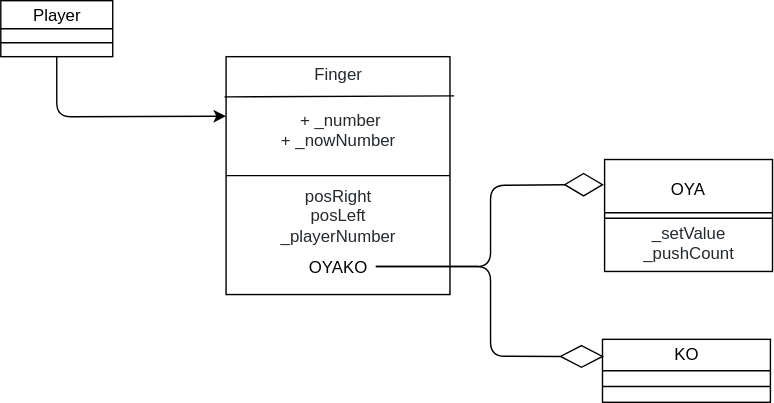
netWork2019WinterMan/netWork2019WinterMan keeps this draw.io diagram as メインクラス図.drawio のコピー.svg. Above is the earlier version. Source tidied: cells renumbered, new cells last; positions are measured from the earlier drawing's top-left corner, leaving out a move shared by most shapes.
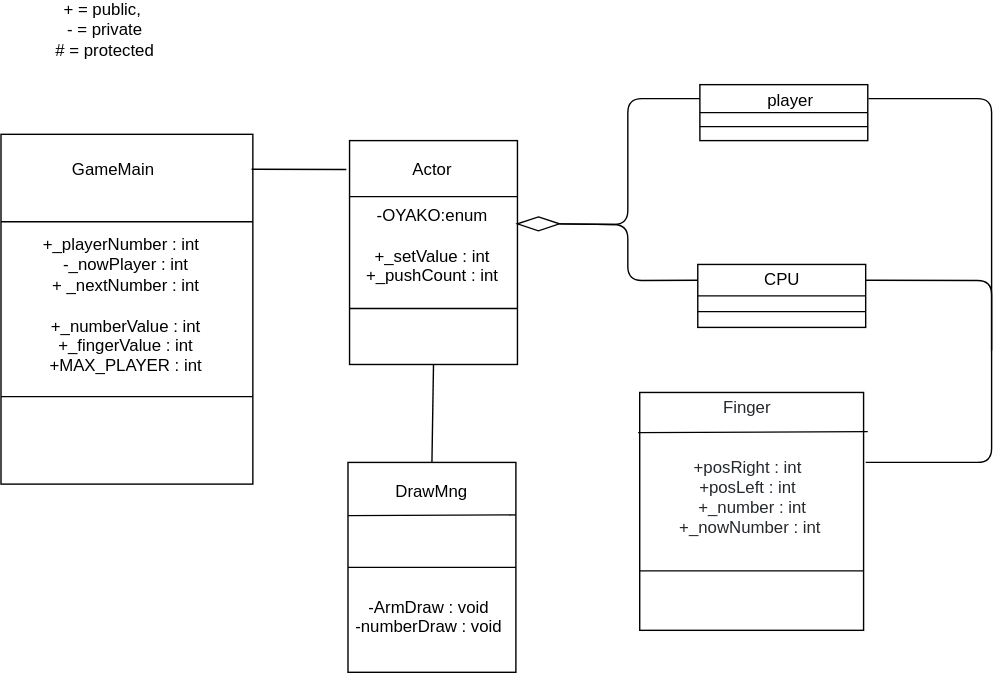
The same diagram one commit later.

Commit message:
Update メインクラス図.drawio のコピー.svg

Diff of the diagram source:
```diff
@@ -3,95 +3,138 @@
     <mxCell id="0" />
     <mxCell id="1" parent="0" />
     <mxCell id="2" style="rounded=0;whiteSpace=wrap;html=1;" parent="1" vertex="1">
-      <mxGeometry x="161" y="40" width="160" height="170" as="geometry" />
+      <mxGeometry x="388.5" y="333.5" width="160" height="170" as="geometry" />
     </mxCell>
     <mxCell id="3" value="&lt;span style=&quot;color: rgb(36 , 41 , 46) ; font-family: , &amp;#34;consolas&amp;#34; , &amp;#34;liberation mono&amp;#34; , &amp;#34;menlo&amp;#34; , monospace ; white-space: pre ; background-color: rgb(255 , 255 , 255)&quot;&gt;Finger&lt;/span&gt;" style="text;html=1;strokeColor=none;fillColor=none;align=center;verticalAlign=middle;whiteSpace=wrap;rounded=0;" parent="1" vertex="1">
-      <mxGeometry x="176" y="41.5" width="130" height="20" as="geometry" />
+      <mxGeometry x="400" y="333.5" width="130" height="20" as="geometry" />
     </mxCell>
     <mxCell id="4" style="endArrow=none;html=1;exitX=-0.007;exitY=0.169;exitDx=0;exitDy=0;exitPerimeter=0;" parent="1" edge="1" source="2">
       <mxGeometry relative="1" as="geometry">
-        <mxPoint x="324" y="68" as="targetPoint" />
+        <mxPoint x="551.5" y="361.5" as="targetPoint" />
       </mxGeometry>
     </mxCell>
-    <mxCell id="5" value="&lt;span style=&quot;color: rgb(36 , 41 , 46) ; font-family: , &amp;#34;consolas&amp;#34; , &amp;#34;liberation mono&amp;#34; , &amp;#34;menlo&amp;#34; , monospace ; white-space: pre ; background-color: rgb(255 , 255 , 255)&quot;&gt;posRight&lt;br&gt;posLeft&lt;br&gt;&lt;/span&gt;&lt;span style=&quot;color: rgb(36 , 41 , 46) ; font-family: , &amp;#34;consolas&amp;#34; , &amp;#34;liberation mono&amp;#34; , &amp;#34;menlo&amp;#34; , monospace ; white-space: pre ; background-color: rgb(255 , 255 , 255)&quot;&gt;_playerNumber&lt;br&gt;&lt;/span&gt;" style="text;html=1;strokeColor=none;fillColor=none;align=center;verticalAlign=middle;whiteSpace=wrap;rounded=0;" parent="1" vertex="1">
-      <mxGeometry x="176" y="130" width="130" height="46.5" as="geometry" />
+    <mxCell id="5" value="&lt;span style=&quot;color: rgb(36 , 41 , 46) ; font-family: , &amp;#34;consolas&amp;#34; , &amp;#34;liberation mono&amp;#34; , &amp;#34;menlo&amp;#34; , monospace ; white-space: pre ; background-color: rgb(255 , 255 , 255)&quot;&gt;+posRight : int&lt;br&gt;+posLeft : int&lt;br&gt;&lt;/span&gt;&lt;span style=&quot;color: rgb(36 , 41 , 46) ; white-space: pre ; background-color: rgb(255 , 255 , 255)&quot;&gt;  +_number : int&lt;/span&gt;&lt;span style=&quot;color: rgb(36 , 41 , 46) ; white-space: pre ; background-color: rgb(255 , 255 , 255)&quot;&gt;&lt;br&gt; +_nowNumber : int&lt;/span&gt;&lt;span style=&quot;color: rgb(36 , 41 , 46) ; font-family: , &amp;#34;consolas&amp;#34; , &amp;#34;liberation mono&amp;#34; , &amp;#34;menlo&amp;#34; , monospace ; white-space: pre ; background-color: rgb(255 , 255 , 255)&quot;&gt;&lt;br&gt;&lt;/span&gt;" style="text;html=1;strokeColor=none;fillColor=none;align=center;verticalAlign=middle;whiteSpace=wrap;rounded=0;" parent="1" vertex="1">
+      <mxGeometry x="400" y="373.5" width="130" height="70" as="geometry" />
     </mxCell>
-    <mxCell id="6" style="endArrow=none;html=1;entryX=1;entryY=0.5;entryDx=0;entryDy=0;exitX=0;exitY=0.5;exitDx=0;exitDy=0;" parent="1" edge="1" source="2" target="2">
+    <mxCell id="6" style="endArrow=none;html=1;entryX=1;entryY=0.75;entryDx=0;entryDy=0;exitX=0;exitY=0.75;exitDx=0;exitDy=0;" parent="1" edge="1" source="2" target="2">
       <mxGeometry relative="1" as="geometry" />
     </mxCell>
     <mxCell id="7" style="rounded=0;whiteSpace=wrap;html=1;" parent="1" vertex="1">
-      <mxGeometry x="431.5" y="113.5" width="120" height="80" as="geometry" />
+      <mxGeometry x="431.5" y="113.5" width="120" height="40" as="geometry" />
     </mxCell>
-    <mxCell id="8" value="OYA" style="text;html=1;strokeColor=none;fillColor=none;align=center;verticalAlign=middle;whiteSpace=wrap;rounded=0;" parent="1" vertex="1">
-      <mxGeometry x="471.5" y="123.5" width="40" height="20" as="geometry" />
+    <mxCell id="8" value="player" style="text;html=1;strokeColor=none;fillColor=none;align=center;verticalAlign=middle;whiteSpace=wrap;rounded=0;" parent="1" vertex="1">
+      <mxGeometry x="471.5" y="123.5" width="50.5" as="geometry" />
     </mxCell>
-    <mxCell id="9" value="&lt;span style=&quot;color: rgb(36 , 41 , 46) ; font-family: , &amp;#34;consolas&amp;#34; , &amp;#34;liberation mono&amp;#34; , &amp;#34;menlo&amp;#34; , monospace ; white-space: pre ; background-color: rgb(255 , 255 , 255)&quot;&gt;_setValue&lt;br&gt;&lt;/span&gt;&lt;span style=&quot;color: rgb(36 , 41 , 46) ; font-family: , &amp;#34;consolas&amp;#34; , &amp;#34;liberation mono&amp;#34; , &amp;#34;menlo&amp;#34; , monospace ; white-space: pre ; background-color: rgb(255 , 255 , 255)&quot;&gt;_pushCount&lt;br&gt;&lt;/span&gt;" style="text;html=1;strokeColor=none;fillColor=none;align=center;verticalAlign=middle;whiteSpace=wrap;rounded=0;" parent="1" vertex="1">
-      <mxGeometry x="441.5" y="149" width="100" height="49" as="geometry" />
-    </mxCell>
     <mxCell id="10" style="rounded=0;whiteSpace=wrap;html=1;" parent="1" vertex="1">
       <mxGeometry x="430" y="242" width="120" height="45" as="geometry" />
     </mxCell>
-    <mxCell id="11" value="KO" style="text;html=1;strokeColor=none;fillColor=none;align=center;verticalAlign=middle;whiteSpace=wrap;rounded=0;" parent="1" vertex="1">
+    <mxCell id="11" value="CPU" style="text;html=1;strokeColor=none;fillColor=none;align=center;verticalAlign=middle;whiteSpace=wrap;rounded=0;" parent="1" vertex="1">
       <mxGeometry x="450" y="242" width="80" height="20" as="geometry" />
     </mxCell>
-    <mxCell id="12" value="&lt;span style=&quot;color: rgb(36 , 41 , 46) ; white-space: pre ; background-color: rgb(255 , 255 , 255)&quot;&gt; + _number&lt;/span&gt;&lt;span style=&quot;color: rgb(36 , 41 , 46) ; white-space: pre ; background-color: rgb(255 , 255 , 255)&quot;&gt;&lt;br&gt;+ _nowNumber&lt;/span&gt;" style="text;html=1;strokeColor=none;fillColor=none;align=center;verticalAlign=middle;whiteSpace=wrap;rounded=0;" parent="1" vertex="1">
-      <mxGeometry x="191" y="71.5" width="100" height="42" as="geometry" />
-    </mxCell>
-    <mxCell id="13" style="shape=link;html=1;entryX=1;entryY=0.5;entryDx=0;entryDy=0;exitX=0;exitY=0.5;exitDx=0;exitDy=0;" parent="1" edge="1" source="7" target="7">
-      <mxGeometry relative="1" as="geometry" />
-    </mxCell>
-    <mxCell id="14" style="rounded=0;whiteSpace=wrap;html=1;" parent="1" vertex="1">
-      <mxGeometry width="80" height="40" as="geometry" />
-    </mxCell>
-    <mxCell id="15" value="Player" style="text;html=1;strokeColor=none;fillColor=none;align=center;verticalAlign=middle;whiteSpace=wrap;rounded=0;" parent="1" vertex="1">
-      <mxGeometry x="20" width="40" height="20" as="geometry" />
-    </mxCell>
-    <mxCell id="16" style="endArrow=none;html=1;entryX=1;entryY=0.75;entryDx=0;entryDy=0;exitX=0;exitY=0.75;exitDx=0;exitDy=0;" parent="1" edge="1" source="14" target="14">
-      <mxGeometry relative="1" as="geometry" />
-    </mxCell>
-    <mxCell id="17" style="endArrow=none;html=1;entryX=1;entryY=0.5;entryDx=0;entryDy=0;exitX=0;exitY=0.5;exitDx=0;exitDy=0;" parent="1" edge="1" source="14" target="14">
-      <mxGeometry relative="1" as="geometry" />
-    </mxCell>
-    <mxCell id="18" style="endArrow=classic;html=1;entryX=0;entryY=0.25;entryDx=0;entryDy=0;exitX=0.5;exitY=1;exitDx=0;exitDy=0;" parent="1" edge="1" source="14" target="2">
-      <mxGeometry relative="1" as="geometry">
-        <Array as="points">
-          <mxPoint x="40" y="83" />
-        </Array>
-      </mxGeometry>
-    </mxCell>
     <mxCell id="19" style="endArrow=none;html=1;entryX=1;entryY=0.75;entryDx=0;entryDy=0;exitX=0;exitY=0.75;exitDx=0;exitDy=0;" parent="1" edge="1" source="10" target="10">
       <mxGeometry relative="1" as="geometry" />
     </mxCell>
     <mxCell id="20" style="endArrow=none;html=1;entryX=1;entryY=0.5;entryDx=0;entryDy=0;exitX=0;exitY=0.5;exitDx=0;exitDy=0;" parent="1" edge="1" source="10" target="10">
       <mxGeometry relative="1" as="geometry" />
     </mxCell>
-    <mxCell id="21" value="OYAKO" style="text;html=1;strokeColor=none;fillColor=none;align=center;verticalAlign=middle;whiteSpace=wrap;rounded=0;" parent="1" vertex="1">
-      <mxGeometry x="214" y="180" width="54" height="20" as="geometry" />
-    </mxCell>
-    <mxCell id="22" style="edgeStyle=orthogonalEdgeStyle;rounded=0;orthogonalLoop=1;jettySize=auto;html=1;exitX=0.5;exitY=1;exitDx=0;exitDy=0;" parent="1" edge="1" source="21" target="21">
-      <mxGeometry relative="1" as="geometry" />
-    </mxCell>
-    <mxCell id="23" style="rhombus;whiteSpace=wrap;html=1;rounded=0;fillColor=none;gradientColor=none;" parent="1" vertex="1">
-      <mxGeometry x="403" y="123.5" width="27" height="16" as="geometry" />
-    </mxCell>
-    <mxCell id="24" style="rhombus;whiteSpace=wrap;html=1;rounded=0;fillColor=none;gradientColor=none;" parent="1" vertex="1">
-      <mxGeometry x="400" y="246.5" width="30" height="15.5" as="geometry" />
-    </mxCell>
-    <mxCell id="25" style="endArrow=none;html=1;entryX=0;entryY=0.5;entryDx=0;entryDy=0;exitX=1;exitY=0.5;exitDx=0;exitDy=0;" parent="1" edge="1" source="21" target="23">
-      <mxGeometry relative="1" as="geometry">
-        <Array as="points">
-          <mxPoint x="350" y="190" />
-          <mxPoint x="350" y="132" />
-        </Array>
-      </mxGeometry>
-    </mxCell>
-    <mxCell id="26" style="endArrow=none;html=1;entryX=0;entryY=0.5;entryDx=0;entryDy=0;exitX=1;exitY=0.5;exitDx=0;exitDy=0;" parent="1" edge="1" source="21" target="24">
-      <mxGeometry relative="1" as="geometry">
-        <Array as="points">
-          <mxPoint x="350" y="190" />
-          <mxPoint x="350" y="254" />
-        </Array>
-      </mxGeometry>
-    </mxCell>
+    <mxCell id="27" style="rounded=0;whiteSpace=wrap;html=1;" parent="1" vertex="1">
+      <mxGeometry x="-68" y="149" width="180" height="250" as="geometry" />
+    </mxCell>
+    <mxCell id="28" style="endArrow=none;html=1;entryX=1;entryY=0.25;entryDx=0;entryDy=0;exitX=0;exitY=0.25;exitDx=0;exitDy=0;" parent="1" edge="1" source="27" target="27">
+      <mxGeometry relative="1" as="geometry" />
+    </mxCell>
+    <mxCell id="29" value="GameMain" style="text;html=1;strokeColor=none;fillColor=none;align=center;verticalAlign=middle;whiteSpace=wrap;rounded=0;" parent="1" vertex="1">
+      <mxGeometry x="-38" y="163.5" width="100" height="20" as="geometry" />
+    </mxCell>
+    <mxCell id="30" style="endArrow=none;html=1;exitX=0;exitY=0.75;exitDx=0;exitDy=0;entryX=1;entryY=0.75;entryDx=0;entryDy=0;" parent="1" edge="1" source="27" target="27">
+      <mxGeometry relative="1" as="geometry" />
+    </mxCell>
+    <mxCell id="31" value="+_playerNumber : int&amp;nbsp;&amp;nbsp;&lt;br&gt;-_nowPlayer : int&lt;br&gt;+ _nextNumber : int&lt;br&gt;&lt;br&gt;+_numberValue : int&lt;br&gt;+_fingerValue : int&lt;br&gt;+MAX_PLAYER : int" style="text;html=1;strokeColor=none;fillColor=none;align=center;verticalAlign=middle;whiteSpace=wrap;rounded=0;" parent="1" vertex="1">
+      <mxGeometry x="-60" y="218" width="162" height="105.5" as="geometry" />
+    </mxCell>
+    <mxCell id="32" style="rounded=0;whiteSpace=wrap;html=1;" parent="1" vertex="1">
+      <mxGeometry x="181.1" y="153.5" width="120" height="160" as="geometry" />
+    </mxCell>
+    <mxCell id="33" value="Actor" style="text;html=1;strokeColor=none;fillColor=none;align=center;verticalAlign=middle;whiteSpace=wrap;rounded=0;" parent="1" vertex="1">
+      <mxGeometry x="210" y="163.5" width="60" height="20" as="geometry" />
+    </mxCell>
+    <mxCell id="34" value="-OYAKO:enum&lt;br&gt;&lt;br&gt;+_setValue : int&lt;br&gt;+_pushCount : int" style="text;html=1;strokeColor=none;fillColor=none;align=center;verticalAlign=middle;whiteSpace=wrap;rounded=0;" parent="1" vertex="1">
+      <mxGeometry x="190" y="193.5" width="100" height="70" as="geometry" />
+    </mxCell>
+    <mxCell id="35" style="rhombus;whiteSpace=wrap;html=1;" parent="1" vertex="1">
+      <mxGeometry x="301.1" y="208" width="30" height="10" as="geometry" />
+    </mxCell>
+    <mxCell id="36" style="endArrow=none;html=1;entryX=1;entryY=0.25;entryDx=0;entryDy=0;" parent="1" edge="1" target="10">
+      <mxGeometry relative="1" as="geometry">
+        <mxPoint x="550" y="383.5" as="sourcePoint" />
+        <Array as="points">
+          <mxPoint x="640" y="383.5" />
+          <mxPoint x="640" y="253.5" />
+        </Array>
+      </mxGeometry>
+    </mxCell>
+    <mxCell id="37" style="endArrow=none;html=1;" parent="1" edge="1">
+      <mxGeometry relative="1" as="geometry">
+        <mxPoint x="640" y="303.5" as="sourcePoint" />
+        <mxPoint x="552" y="123.5" as="targetPoint" />
+        <Array as="points">
+          <mxPoint x="640" y="123.5" />
+        </Array>
+      </mxGeometry>
+    </mxCell>
+    <mxCell id="38" style="rounded=0;whiteSpace=wrap;html=1;" parent="1" vertex="1">
+      <mxGeometry x="180" y="383.5" width="120" height="150" as="geometry" />
+    </mxCell>
+    <mxCell id="39" style="endArrow=none;html=1;entryX=1;entryY=0.25;entryDx=0;entryDy=0;" parent="1" edge="1" target="38">
+      <mxGeometry relative="1" as="geometry">
+        <mxPoint x="180" y="421.5" as="sourcePoint" />
+      </mxGeometry>
+    </mxCell>
+    <mxCell id="40" value="DrawMng" style="text;html=1;strokeColor=none;fillColor=none;align=center;verticalAlign=middle;whiteSpace=wrap;rounded=0;" parent="1" vertex="1">
+      <mxGeometry x="190" y="393.5" width="100" height="20" as="geometry" />
+    </mxCell>
+    <mxCell id="41" style="endArrow=none;html=1;entryX=1;entryY=0.5;entryDx=0;entryDy=0;exitX=0;exitY=0.5;exitDx=0;exitDy=0;" parent="1" edge="1" source="38" target="38">
+      <mxGeometry relative="1" as="geometry" />
+    </mxCell>
+    <mxCell id="42" value="-ArmDraw : void&lt;br&gt;-numberDraw : void" style="text;html=1;strokeColor=none;fillColor=none;align=center;verticalAlign=middle;whiteSpace=wrap;rounded=0;" parent="1" vertex="1">
+      <mxGeometry x="181.1" y="473.5" width="112" height="40" as="geometry" />
+    </mxCell>
+    <mxCell id="43" style="endArrow=none;html=1;exitX=0.5;exitY=0;exitDx=0;exitDy=0;entryX=0.5;entryY=1;entryDx=0;entryDy=0;" parent="1" edge="1" source="38" target="32">
+      <mxGeometry relative="1" as="geometry" />
+    </mxCell>
+    <mxCell id="44" style="endArrow=none;html=1;entryX=-0.019;entryY=0.129;entryDx=0;entryDy=0;exitX=0.995;exitY=0.1;exitDx=0;exitDy=0;exitPerimeter=0;entryPerimeter=0;" parent="1" edge="1" source="27" target="32">
+      <mxGeometry relative="1" as="geometry" />
+    </mxCell>
+    <mxCell id="45" style="endArrow=none;html=1;entryX=0;entryY=0.25;entryDx=0;entryDy=0;exitX=1;exitY=0.5;exitDx=0;exitDy=0;" parent="1" edge="1" source="35" target="10">
+      <mxGeometry relative="1" as="geometry">
+        <Array as="points">
+          <mxPoint x="380" y="213.5" />
+          <mxPoint x="380" y="253.5" />
+        </Array>
+      </mxGeometry>
+    </mxCell>
+    <mxCell id="46" style="endArrow=none;html=1;entryX=0;entryY=0.25;entryDx=0;entryDy=0;exitX=1;exitY=0.5;exitDx=0;exitDy=0;" parent="1" edge="1" source="35" target="7">
+      <mxGeometry relative="1" as="geometry">
+        <Array as="points">
+          <mxPoint x="380" y="213.5" />
+          <mxPoint x="380" y="123.5" />
+        </Array>
+      </mxGeometry>
+    </mxCell>
+    <mxCell id="47" style="endArrow=none;html=1;entryX=1;entryY=0.25;entryDx=0;entryDy=0;exitX=0;exitY=0.25;exitDx=0;exitDy=0;" parent="1" edge="1" source="32" target="32">
+      <mxGeometry relative="1" as="geometry" />
+    </mxCell>
+    <mxCell id="48" style="endArrow=none;html=1;entryX=1;entryY=0.75;entryDx=0;entryDy=0;exitX=0;exitY=0.75;exitDx=0;exitDy=0;" parent="1" edge="1" source="32" target="32">
+      <mxGeometry relative="1" as="geometry" />
+    </mxCell>
+    <mxCell id="49" style="endArrow=none;html=1;entryX=1;entryY=0.75;entryDx=0;entryDy=0;exitX=0;exitY=0.75;exitDx=0;exitDy=0;" parent="1" edge="1" source="7" target="7">
+      <mxGeometry relative="1" as="geometry" />
+    </mxCell>
+    <mxCell id="50" style="endArrow=none;html=1;entryX=1;entryY=0.5;entryDx=0;entryDy=0;exitX=0;exitY=0.5;exitDx=0;exitDy=0;" parent="1" edge="1" source="7" target="7">
+      <mxGeometry relative="1" as="geometry" />
+    </mxCell>
+    <mxCell id="51" value="+ = public,&amp;nbsp;&lt;br&gt;- = private&lt;br&gt;# = protected" style="text;html=1;strokeColor=none;fillColor=none;align=center;verticalAlign=middle;whiteSpace=wrap;rounded=0;" parent="1" vertex="1">
+      <mxGeometry x="-60" y="63.5" width="132" height="20" as="geometry" />
+    </mxCell>
   </root>
 </mxGraphModel>
```
